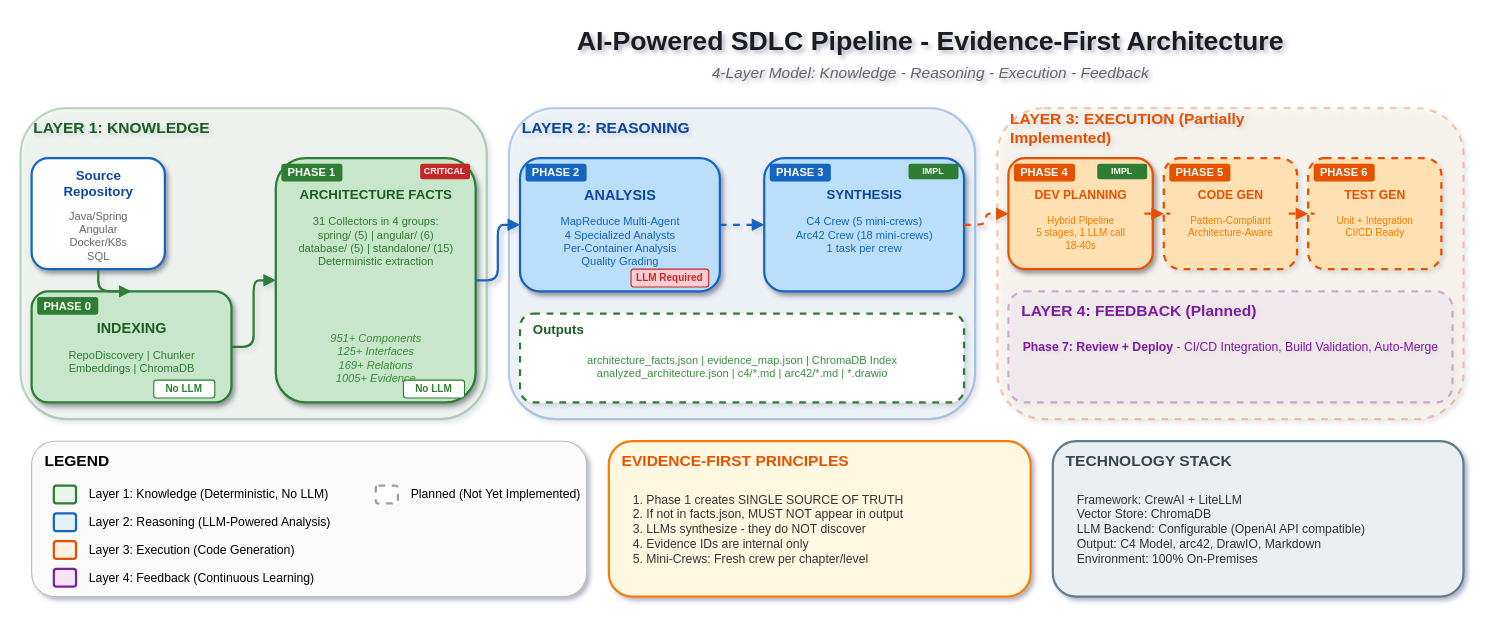
Earlier version of the draw.io diagram docs/diagrams/phase-flow.drawio (aymenmastouri/aicodegencrew). Source tidied: cells renumbered, new cells numbered last; positions are measured from the earlier drawing's top-left corner, leaving out a move shared by most shapes. Both pictures are drawn from the tidied source at 111%, with x=0, y=0 at pixel (20, 19).
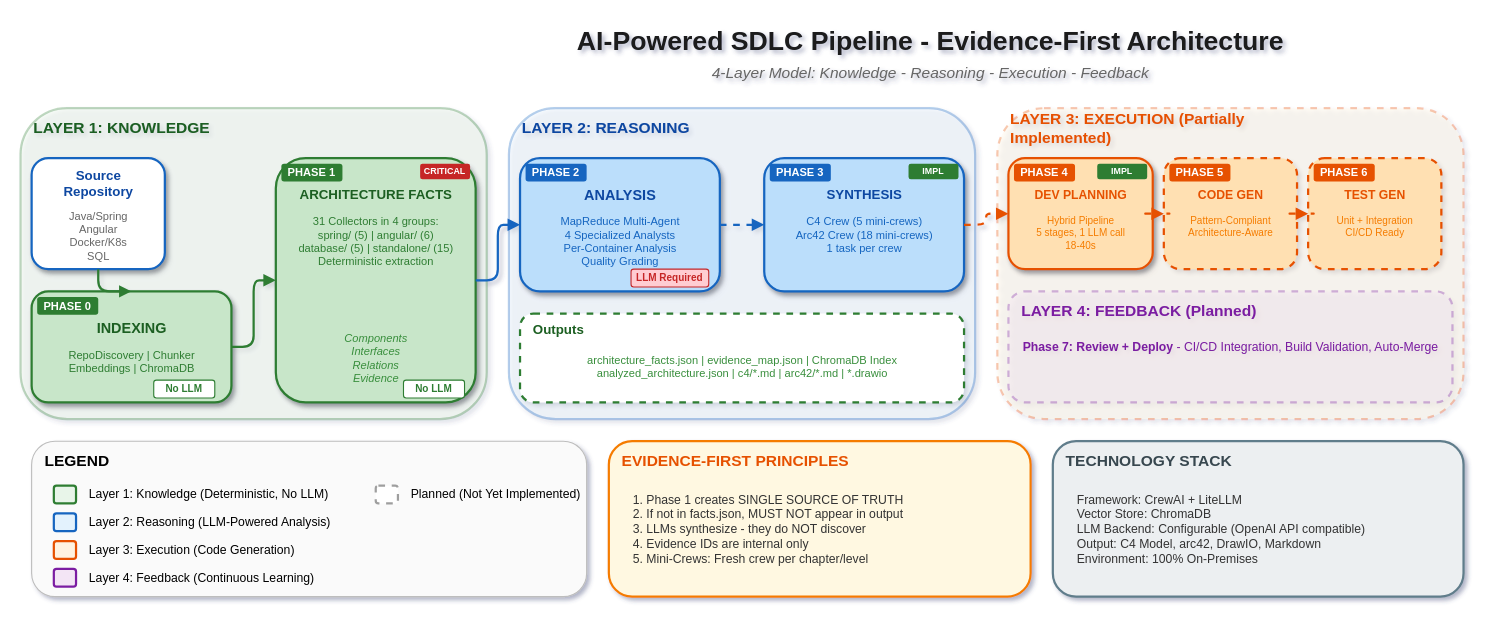
The same diagram, later.

Diff of the diagram source:
```diff
@@
-    <mxCell id="19" value="951+ Components&lt;br&gt;125+ Interfaces&lt;br&gt;169+ Relations&lt;br&gt;1005+ Evidence" style="text;html=1;strokeColor=none;fillColor=none;align=center;verticalAlign=top;fontSize=10;fontStyle=2;fontColor=#388E3C;" parent="1" vertex="1">
+    <mxCell id="19" value="Components&lt;br&gt;Interfaces&lt;br&gt;Relations&lt;br&gt;Evidence" style="text;html=1;strokeColor=none;fillColor=none;align=center;verticalAlign=top;fontSize=10;fontStyle=2;fontColor=#388E3C;" parent="1" vertex="1">
       <mxGeometry x="230" y="275" width="180" height="50" as="geometry" />
     </mxCell>
```
